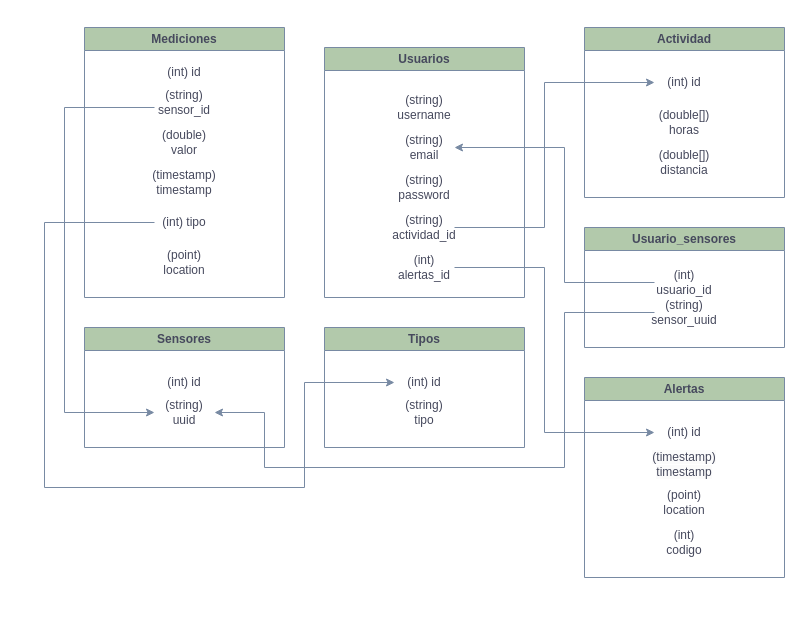
Earlier version of the draw.io diagram bbdd.drawio (Javitax47/Proyecto3A_Server_Backend). Source tidied: cells renumbered, new cells numbered last; positions are measured from the earlier drawing's top-left corner, leaving out a move shared by most shapes. Both pictures are drawn from the tidied source at 100%, with x=0, y=0 at pixel (44, 27).
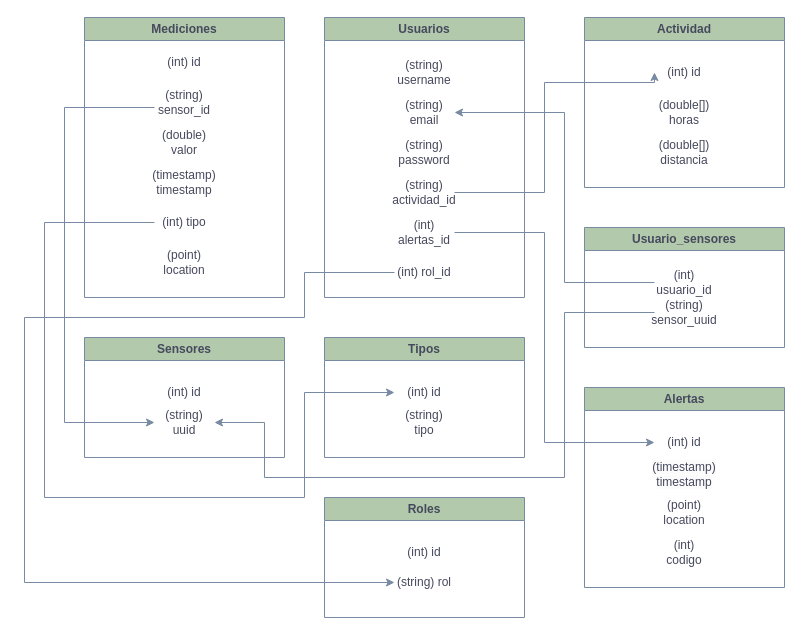
After the change.

The change refers to these unchanged cells:
```xml
<mxCell id="10" value="(string) uuid" style="text;html=1;align=center;verticalAlign=middle;whiteSpace=wrap;rounded=0;strokeWidth=1;labelBackgroundColor=none;fontColor=#46495D;" parent="8" vertex="1">
  <mxGeometry x="70" y="70" width="60" height="30" as="geometry" />
</mxCell>
<mxCell id="19" value="(int) id" style="text;html=1;align=center;verticalAlign=middle;whiteSpace=wrap;rounded=0;strokeWidth=1;labelBackgroundColor=none;fontColor=#46495D;" parent="18" vertex="1">
  <mxGeometry x="70" y="40" width="60" height="30" as="geometry" />
</mxCell>
<mxCell id="25" value="(int) id" style="text;html=1;align=center;verticalAlign=middle;whiteSpace=wrap;rounded=0;strokeWidth=1;labelBackgroundColor=none;fontColor=#46495D;" parent="24" vertex="1">
  <mxGeometry x="70" y="40" width="60" height="30" as="geometry" />
</mxCell>
<mxCell id="29" value="(int) usuario_id" style="text;html=1;align=center;verticalAlign=middle;whiteSpace=wrap;rounded=0;strokeWidth=1;labelBackgroundColor=none;fontColor=#46495D;" parent="28" vertex="1">
  <mxGeometry x="70" y="40" width="60" height="30" as="geometry" />
</mxCell>
<mxCell id="30" value="(string) sensor_uuid" style="text;html=1;align=center;verticalAlign=middle;whiteSpace=wrap;rounded=0;strokeWidth=1;labelBackgroundColor=none;fontColor=#46495D;" parent="28" vertex="1">
  <mxGeometry x="70" y="70" width="60" height="30" as="geometry" />
</mxCell>
<mxCell id="34" value="(int) id" style="text;html=1;align=center;verticalAlign=middle;whiteSpace=wrap;rounded=0;strokeWidth=1;labelBackgroundColor=none;fontColor=#46495D;" parent="33" vertex="1">
  <mxGeometry x="70" y="40" width="60" height="30" as="geometry" />
</mxCell>
```

Change to the diagram source:
```diff
@@
     <mxCell id="2" value="Usuarios" style="swimlane;whiteSpace=wrap;html=1;strokeWidth=1;fillColor=#B2C9AB;strokeColor=#788AA3;labelBackgroundColor=none;fontColor=#46495D;" parent="1" vertex="1">
-      <mxGeometry x="280" y="20" width="200" height="250" as="geometry" />
+      <mxGeometry x="280" y="-10" width="200" height="280" as="geometry" />
     </mxCell>
     <mxCell id="3" value="(string) username" style="text;html=1;align=center;verticalAlign=middle;whiteSpace=wrap;rounded=0;strokeWidth=1;labelBackgroundColor=none;fontColor=#46495D;" parent="2" vertex="1">
-      <mxGeometry x="70" y="45" width="60" height="30" as="geometry" />
+      <mxGeometry x="70" y="40" width="60" height="30" as="geometry" />
     </mxCell>
     <mxCell id="4" value="(string) email" style="text;html=1;align=center;verticalAlign=middle;whiteSpace=wrap;rounded=0;strokeWidth=1;labelBackgroundColor=none;fontColor=#46495D;" parent="2" vertex="1">
-      <mxGeometry x="70" y="85" width="60" height="30" as="geometry" />
+      <mxGeometry x="70" y="80" width="60" height="30" as="geometry" />
     </mxCell>
     <mxCell id="5" value="(string) password" style="text;html=1;align=center;verticalAlign=middle;whiteSpace=wrap;rounded=0;strokeWidth=1;labelBackgroundColor=none;fontColor=#46495D;" parent="2" vertex="1">
-      <mxGeometry x="70" y="125" width="60" height="30" as="geometry" />
+      <mxGeometry x="70" y="120" width="60" height="30" as="geometry" />
     </mxCell>
     <mxCell id="6" value="(string) actividad_id" style="text;html=1;align=center;verticalAlign=middle;whiteSpace=wrap;rounded=0;strokeWidth=1;labelBackgroundColor=none;fontColor=#46495D;" parent="2" vertex="1">
-      <mxGeometry x="70" y="165" width="60" height="30" as="geometry" />
+      <mxGeometry x="70" y="160" width="60" height="30" as="geometry" />
     </mxCell>
     <mxCell id="7" value="(int) alertas_id" style="text;html=1;align=center;verticalAlign=middle;whiteSpace=wrap;rounded=0;strokeWidth=1;labelBackgroundColor=none;fontColor=#46495D;" parent="2" vertex="1">
-      <mxGeometry x="70" y="205" width="60" height="30" as="geometry" />
+      <mxGeometry x="70" y="200" width="60" height="30" as="geometry" />
     </mxCell>
+    <mxCell id="39" value="(int) rol_id" style="text;html=1;align=center;verticalAlign=middle;whiteSpace=wrap;rounded=0;strokeWidth=1;labelBackgroundColor=none;fontColor=#46495D;" parent="2" vertex="1">
+      <mxGeometry x="70" y="240" width="60" height="30" as="geometry" />
+    </mxCell>
     <mxCell id="8" value="Sensores" style="swimlane;whiteSpace=wrap;html=1;strokeWidth=1;fillColor=#B2C9AB;strokeColor=#788AA3;labelBackgroundColor=none;fontColor=#46495D;" parent="1" vertex="1">
-      <mxGeometry x="40" y="300" width="200" height="120" as="geometry" />
+      <mxGeometry x="40" y="310" width="200" height="120" as="geometry" />
     </mxCell>
@@
     <mxCell id="11" value="Mediciones" style="swimlane;whiteSpace=wrap;html=1;strokeWidth=1;fillColor=#B2C9AB;strokeColor=#788AA3;labelBackgroundColor=none;fontColor=#46495D;" parent="1" vertex="1">
-      <mxGeometry x="40" width="200" height="270" as="geometry" />
+      <mxGeometry x="40" y="-10" width="200" height="280" as="geometry" />
     </mxCell>
@@
     <mxCell id="13" value="(string) sensor_id" style="text;html=1;align=center;verticalAlign=middle;whiteSpace=wrap;rounded=0;strokeWidth=1;labelBackgroundColor=none;fontColor=#46495D;" parent="11" vertex="1">
-      <mxGeometry x="70" y="60" width="60" height="30" as="geometry" />
+      <mxGeometry x="70" y="70" width="60" height="30" as="geometry" />
     </mxCell>
     <mxCell id="14" value="(double) valor" style="text;html=1;align=center;verticalAlign=middle;whiteSpace=wrap;rounded=0;strokeWidth=1;labelBackgroundColor=none;fontColor=#46495D;" parent="11" vertex="1">
-      <mxGeometry x="70" y="100" width="60" height="30" as="geometry" />
+      <mxGeometry x="70" y="110" width="60" height="30" as="geometry" />
     </mxCell>
     <mxCell id="15" value="(timestamp) timestamp" style="text;html=1;align=center;verticalAlign=middle;whiteSpace=wrap;rounded=0;strokeWidth=1;labelBackgroundColor=none;fontColor=#46495D;" parent="11" vertex="1">
-      <mxGeometry x="70" y="140" width="60" height="30" as="geometry" />
+      <mxGeometry x="70" y="150" width="60" height="30" as="geometry" />
     </mxCell>
     <mxCell id="16" value="(int) tipo" style="text;html=1;align=center;verticalAlign=middle;whiteSpace=wrap;rounded=0;strokeWidth=1;labelBackgroundColor=none;fontColor=#46495D;" parent="11" vertex="1">
-      <mxGeometry x="70" y="180" width="60" height="30" as="geometry" />
+      <mxGeometry x="70" y="190" width="60" height="30" as="geometry" />
     </mxCell>
     <mxCell id="17" value="(point) location" style="text;html=1;align=center;verticalAlign=middle;whiteSpace=wrap;rounded=0;strokeWidth=1;labelBackgroundColor=none;fontColor=#46495D;" parent="11" vertex="1">
-      <mxGeometry x="70" y="220" width="60" height="30" as="geometry" />
+      <mxGeometry x="70" y="230" width="60" height="30" as="geometry" />
     </mxCell>
     <mxCell id="18" value="Actividad" style="swimlane;whiteSpace=wrap;html=1;strokeWidth=1;fillColor=#B2C9AB;strokeColor=#788AA3;labelBackgroundColor=none;fontColor=#46495D;" parent="1" vertex="1">
-      <mxGeometry x="540" width="200" height="170" as="geometry" />
+      <mxGeometry x="540" y="-10" width="200" height="170" as="geometry" />
     </mxCell>
@@
     <mxCell id="22" style="edgeStyle=orthogonalEdgeStyle;rounded=0;jettySize=auto;html=1;exitX=1;exitY=0.5;exitDx=0;exitDy=0;entryX=0;entryY=0.5;entryDx=0;entryDy=0;strokeColor=#788AA3;fontColor=#46495D;fillColor=#B2C9AB;" parent="1" edge="1" source="6" target="19">
       <mxGeometry relative="1" as="geometry">
         <Array as="points">
-          <mxPoint x="500" y="200" />
+          <mxPoint x="500" y="165" />
           <mxPoint x="500" y="55" />
         </Array>
       </mxGeometry>
     </mxCell>
     <mxCell id="23" style="edgeStyle=orthogonalEdgeStyle;rounded=0;jettySize=auto;html=1;strokeColor=#788AA3;entryX=0;entryY=0.5;entryDx=0;entryDy=0;" parent="1" edge="1" source="13" target="10">
       <mxGeometry relative="1" as="geometry">
         <Array as="points">
           <mxPoint x="20" y="80" />
-          <mxPoint x="20" y="385" />
+          <mxPoint x="20" y="395" />
         </Array>
       </mxGeometry>
     </mxCell>
     <mxCell id="24" value="Tipos" style="swimlane;whiteSpace=wrap;html=1;strokeWidth=1;fillColor=#B2C9AB;strokeColor=#788AA3;labelBackgroundColor=none;fontColor=#46495D;" parent="1" vertex="1">
-      <mxGeometry x="280" y="300" width="200" height="120" as="geometry" />
+      <mxGeometry x="280" y="310" width="200" height="120" as="geometry" />
     </mxCell>
@@
     <mxCell id="27" style="edgeStyle=orthogonalEdgeStyle;rounded=0;jettySize=auto;html=1;entryX=0;entryY=0.5;entryDx=0;entryDy=0;strokeColor=#788AA3;" parent="1" edge="1" source="16" target="25">
       <mxGeometry relative="1" as="geometry">
         <Array as="points">
           <mxPoint y="195" />
-          <mxPoint y="460" />
-          <mxPoint x="260" y="460" />
-          <mxPoint x="260" y="355" />
+          <mxPoint y="470" />
+          <mxPoint x="260" y="470" />
+          <mxPoint x="260" y="365" />
         </Array>
       </mxGeometry>
     </mxCell>
@@
     <mxCell id="31" style="edgeStyle=orthogonalEdgeStyle;rounded=0;jettySize=auto;html=1;entryX=1;entryY=0.5;entryDx=0;entryDy=0;strokeColor=#788AA3;exitX=0;exitY=0.5;exitDx=0;exitDy=0;" parent="1" edge="1" source="29" target="4">
       <mxGeometry relative="1" as="geometry">
         <Array as="points">
           <mxPoint x="520" y="255" />
-          <mxPoint x="520" y="120" />
+          <mxPoint x="520" y="85" />
         </Array>
       </mxGeometry>
     </mxCell>
     <mxCell id="32" style="edgeStyle=orthogonalEdgeStyle;rounded=0;jettySize=auto;html=1;entryX=1;entryY=0.5;entryDx=0;entryDy=0;strokeColor=#788AA3;" parent="1" edge="1" source="30" target="10">
       <mxGeometry relative="1" as="geometry">
         <Array as="points">
           <mxPoint x="520" y="285" />
-          <mxPoint x="520" y="440" />
-          <mxPoint x="220" y="440" />
-          <mxPoint x="220" y="385" />
+          <mxPoint x="520" y="450" />
+          <mxPoint x="220" y="450" />
+          <mxPoint x="220" y="395" />
         </Array>
       </mxGeometry>
     </mxCell>
     <mxCell id="33" value="Alertas" style="swimlane;whiteSpace=wrap;html=1;strokeWidth=1;fillColor=#B2C9AB;strokeColor=#788AA3;labelBackgroundColor=none;fontColor=#46495D;" parent="1" vertex="1">
-      <mxGeometry x="540" y="350" width="200" height="200" as="geometry" />
+      <mxGeometry x="540" y="360" width="200" height="200" as="geometry" />
     </mxCell>
@@
     <mxCell id="38" style="edgeStyle=orthogonalEdgeStyle;rounded=0;jettySize=auto;html=1;entryX=0;entryY=0.5;entryDx=0;entryDy=0;strokeColor=#788AA3;" parent="1" edge="1" source="7" target="34">
       <mxGeometry relative="1" as="geometry">
         <Array as="points">
-          <mxPoint x="500" y="240" />
-          <mxPoint x="500" y="405" />
+          <mxPoint x="500" y="205" />
+          <mxPoint x="500" y="415" />
         </Array>
       </mxGeometry>
     </mxCell>
+    <mxCell id="40" value="Roles" style="swimlane;whiteSpace=wrap;html=1;strokeWidth=1;fillColor=#B2C9AB;strokeColor=#788AA3;labelBackgroundColor=none;fontColor=#46495D;" parent="1" vertex="1">
+      <mxGeometry x="280" y="470" width="200" height="120" as="geometry" />
+    </mxCell>
+    <mxCell id="41" value="(int) id" style="text;html=1;align=center;verticalAlign=middle;whiteSpace=wrap;rounded=0;strokeWidth=1;labelBackgroundColor=none;fontColor=#46495D;" parent="40" vertex="1">
+      <mxGeometry x="70" y="40" width="60" height="30" as="geometry" />
+    </mxCell>
+    <mxCell id="42" value="(string) rol" style="text;html=1;align=center;verticalAlign=middle;whiteSpace=wrap;rounded=0;strokeWidth=1;labelBackgroundColor=none;fontColor=#46495D;" parent="40" vertex="1">
+      <mxGeometry x="70" y="70" width="60" height="30" as="geometry" />
+    </mxCell>
+    <mxCell id="43" style="edgeStyle=orthogonalEdgeStyle;rounded=0;jettySize=auto;html=1;entryX=0;entryY=0.5;entryDx=0;entryDy=0;fillColor=#f5f5f5;strokeColor=#788AA3;exitX=0;exitY=0.5;exitDx=0;exitDy=0;" parent="1" edge="1" source="39" target="42">
+      <mxGeometry relative="1" as="geometry">
+        <Array as="points">
+          <mxPoint x="260" y="245" />
+          <mxPoint x="260" y="290" />
+          <mxPoint x="-20" y="290" />
+          <mxPoint x="-20" y="555" />
+        </Array>
+      </mxGeometry>
+    </mxCell>
```
